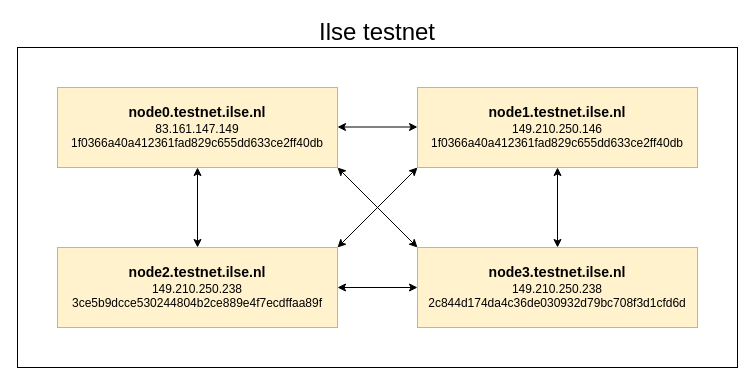
Earlier version of the draw.io diagram Untitled Diagram.drawio (ArjanBorst/ilseTestnet). Source tidied: cells renumbered, new cells numbered last; positions are measured from the earlier drawing's top-left corner, leaving out a move shared by most shapes. Both pictures are drawn from the tidied source at 100%, with x=0, y=0 at pixel (17, 17).
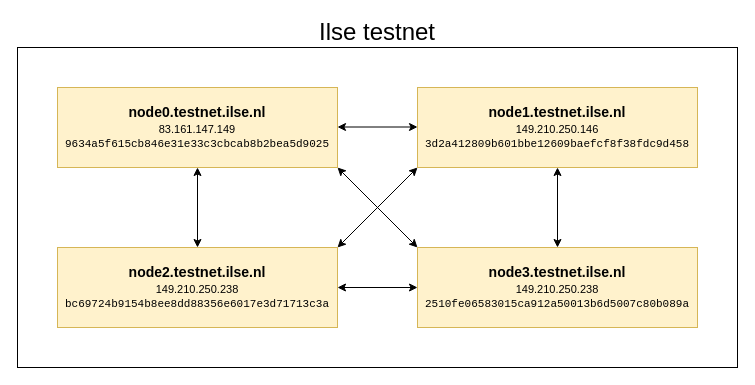
The same page after the edit.

The edit, as a diff of the source:
```diff
@@
 <mxGraphModel>
   <root>
     <mxCell id="0" />
     <mxCell id="1" parent="0" />
     <mxCell id="2" value="&lt;h1&gt;&lt;br&gt;&lt;/h1&gt;" style="rounded=0;whiteSpace=wrap;html=1;fontSize=14;align=center;" parent="1" vertex="1">
       <mxGeometry y="30" width="720" height="320" as="geometry" />
     </mxCell>
-    <mxCell id="3" value="&lt;b&gt;&lt;font style=&quot;font-size: 14px&quot;&gt;node0.&lt;/font&gt;&lt;/b&gt;&lt;span id=&quot;docs-internal-guid-7cc5f453-7fff-6f5f-665c-29763454acb6&quot;&gt;&lt;span style=&quot;font-size: 11pt ; font-family: &amp;#34;arial&amp;#34; ; background-color: transparent ; vertical-align: baseline&quot;&gt;&lt;b&gt;testnet.&lt;/b&gt;&lt;/span&gt;&lt;/span&gt;&lt;b&gt;&lt;font style=&quot;font-size: 14px&quot;&gt;ilse.nl&lt;/font&gt;&lt;/b&gt;&lt;br&gt;&lt;span&gt;83.161.147.149&lt;/span&gt;&lt;br&gt;&lt;span&gt;1f0366a40a412361fad829c655dd633ce2ff40db&lt;/span&gt;" style="rounded=0;whiteSpace=wrap;html=1;fillColor=#fff2cc;strokeColor=#d6b656;" parent="1" vertex="1">
+    <mxCell id="3" value="&lt;b&gt;&lt;font style=&quot;font-size: 14px&quot;&gt;node0.&lt;/font&gt;&lt;/b&gt;&lt;span id=&quot;docs-internal-guid-7cc5f453-7fff-6f5f-665c-29763454acb6&quot;&gt;&lt;span style=&quot;font-size: 11pt ; font-family: &amp;#34;arial&amp;#34; ; background-color: transparent ; vertical-align: baseline&quot;&gt;&lt;b&gt;testnet.&lt;/b&gt;&lt;/span&gt;&lt;/span&gt;&lt;b&gt;&lt;font style=&quot;font-size: 14px&quot;&gt;ilse.nl&lt;/font&gt;&lt;/b&gt;&lt;br&gt;&lt;font style=&quot;font-size: 11px&quot;&gt;&lt;span&gt;83.161.147.149&lt;/span&gt;&lt;br&gt;&lt;span id=&quot;docs-internal-guid-fe6f931d-7fff-6ca8-1d08-4247d1960b84&quot;&gt;&lt;span style=&quot;font-family: &amp;#34;courier new&amp;#34; ; background-color: transparent ; vertical-align: baseline&quot;&gt;&lt;font style=&quot;font-size: 11px&quot;&gt;9634a5f615cb846e31e33c3cbcab8b2bea5d9025&lt;/font&gt;&lt;/span&gt;&lt;/span&gt;&lt;/font&gt;" style="rounded=0;whiteSpace=wrap;html=1;fillColor=#fff2cc;strokeColor=#d6b656;" parent="1" vertex="1">
       <mxGeometry x="40" y="70" width="280" height="80" as="geometry" />
     </mxCell>
-    <mxCell id="4" value="&lt;b&gt;&lt;font style=&quot;font-size: 14px&quot;&gt;node1.&lt;/font&gt;&lt;/b&gt;&lt;b style=&quot;font-family: &amp;#34;arial&amp;#34; ; font-size: 14.6667px&quot;&gt;testnet.&lt;/b&gt;&lt;b&gt;&lt;font style=&quot;font-size: 14px&quot;&gt;ilse.nl&lt;/font&gt;&lt;/b&gt;&lt;br&gt;149.210.250.146&lt;br&gt;&lt;span&gt;1f0366a40a412361fad829c655dd633ce2ff40db&lt;/span&gt;" style="rounded=0;whiteSpace=wrap;html=1;fillColor=#fff2cc;strokeColor=#d6b656;" parent="1" vertex="1">
+    <mxCell id="4" value="&lt;b&gt;&lt;font style=&quot;font-size: 14px&quot;&gt;node1.&lt;/font&gt;&lt;/b&gt;&lt;b style=&quot;font-family: &amp;#34;arial&amp;#34; ; font-size: 14.6667px&quot;&gt;testnet.&lt;/b&gt;&lt;b&gt;&lt;font style=&quot;font-size: 14px&quot;&gt;ilse.nl&lt;/font&gt;&lt;/b&gt;&lt;br&gt;&lt;font style=&quot;font-size: 11px&quot;&gt;149.210.250.146&lt;br&gt;&lt;span id=&quot;docs-internal-guid-83af1ca5-7fff-adc0-2fd1-b84874401c5e&quot;&gt;&lt;span style=&quot;font-family: &amp;#34;courier new&amp;#34; ; background-color: transparent ; vertical-align: baseline&quot;&gt;3d2a412809b601bbe12609baefcf8f38fdc9d458&lt;/span&gt;&lt;/span&gt;&lt;/font&gt;" style="rounded=0;whiteSpace=wrap;html=1;fillColor=#fff2cc;strokeColor=#d6b656;" parent="1" vertex="1">
       <mxGeometry x="400" y="70" width="280" height="80" as="geometry" />
     </mxCell>
-    <mxCell id="5" value="&lt;b&gt;&lt;font style=&quot;font-size: 14px&quot;&gt;node2.&lt;/font&gt;&lt;/b&gt;&lt;b style=&quot;font-family: &amp;#34;arial&amp;#34; ; font-size: 14.6667px&quot;&gt;testnet&lt;/b&gt;&lt;b&gt;&lt;font style=&quot;font-size: 14px&quot;&gt;.ilse.nl&lt;/font&gt;&lt;/b&gt;&lt;br&gt;149.210.250.238&lt;br&gt;3ce5b9dcce530244804b2ce889e4f7ecdffaa89f" style="rounded=0;whiteSpace=wrap;html=1;fillColor=#fff2cc;strokeColor=#d6b656;" parent="1" vertex="1">
+    <mxCell id="5" value="&lt;b&gt;&lt;font style=&quot;font-size: 14px&quot;&gt;node2.&lt;/font&gt;&lt;/b&gt;&lt;b style=&quot;font-family: &amp;#34;arial&amp;#34; ; font-size: 14.6667px&quot;&gt;testnet&lt;/b&gt;&lt;b&gt;&lt;font style=&quot;font-size: 14px&quot;&gt;.ilse.nl&lt;/font&gt;&lt;/b&gt;&lt;br&gt;&lt;font style=&quot;font-size: 11px&quot;&gt;149.210.250.238&lt;br&gt;&lt;span id=&quot;docs-internal-guid-3ea0bbb4-7fff-bc41-cd83-5de8d7ea7d7f&quot;&gt;&lt;span style=&quot;font-family: &amp;#34;courier new&amp;#34; ; background-color: transparent ; vertical-align: baseline&quot;&gt;bc69724b9154b8ee8dd88356e6017e3d71713c3a&lt;/span&gt;&lt;/span&gt;&lt;/font&gt;" style="rounded=0;whiteSpace=wrap;html=1;fillColor=#fff2cc;strokeColor=#d6b656;" parent="1" vertex="1">
       <mxGeometry x="40" y="230" width="280" height="80" as="geometry" />
     </mxCell>
-    <mxCell id="6" value="&lt;b&gt;&lt;font style=&quot;font-size: 14px&quot;&gt;node3.&lt;/font&gt;&lt;/b&gt;&lt;b style=&quot;font-family: &amp;#34;arial&amp;#34; ; font-size: 14.6667px&quot;&gt;testnet&lt;/b&gt;&lt;b&gt;&lt;font style=&quot;font-size: 14px&quot;&gt;.ilse.nl&lt;/font&gt;&lt;/b&gt;&lt;br&gt;149.210.250.238&lt;br&gt;2c844d174da4c36de030932d79bc708f3d1cfd6d" style="rounded=0;whiteSpace=wrap;html=1;fillColor=#fff2cc;strokeColor=#d6b656;" parent="1" vertex="1">
+    <mxCell id="6" value="&lt;b&gt;&lt;font style=&quot;font-size: 14px&quot;&gt;node3.&lt;/font&gt;&lt;/b&gt;&lt;b style=&quot;font-family: &amp;#34;arial&amp;#34; ; font-size: 14.6667px&quot;&gt;testnet&lt;/b&gt;&lt;b&gt;&lt;font style=&quot;font-size: 14px&quot;&gt;.ilse.nl&lt;/font&gt;&lt;/b&gt;&lt;br&gt;&lt;font style=&quot;font-size: 11px&quot;&gt;149.210.250.238&lt;br&gt;&lt;span id=&quot;docs-internal-guid-3fdcc9ce-7fff-d0e9-f028-0e9515db7cc8&quot;&gt;&lt;span style=&quot;font-family: &amp;#34;courier new&amp;#34; ; background-color: transparent ; vertical-align: baseline&quot;&gt;2510fe06583015ca912a50013b6d5007c80b089a&lt;/span&gt;&lt;/span&gt;&lt;/font&gt;" style="rounded=0;whiteSpace=wrap;html=1;fillColor=#fff2cc;strokeColor=#d6b656;" parent="1" vertex="1">
       <mxGeometry x="400" y="230" width="280" height="80" as="geometry" />
     </mxCell>
     <mxCell id="7" style="endArrow=classic;startArrow=classic;html=1;rounded=0;fontSize=24;entryX=0.5;entryY=1;entryDx=0;entryDy=0;" parent="1" edge="1" source="5" target="3">
       <mxGeometry relative="1" as="geometry" />
     </mxCell>
     <mxCell id="8" style="endArrow=classic;startArrow=classic;html=1;rounded=0;fontSize=24;entryX=0;entryY=0.5;entryDx=0;entryDy=0;exitX=1;exitY=0.5;exitDx=0;exitDy=0;" parent="1" edge="1" source="5" target="6">
       <mxGeometry relative="1" as="geometry" />
     </mxCell>
     <mxCell id="9" style="endArrow=classic;startArrow=classic;html=1;rounded=0;fontSize=24;entryX=0;entryY=0.5;entryDx=0;entryDy=0;exitX=1;exitY=0.5;exitDx=0;exitDy=0;" parent="1" edge="1">
       <mxGeometry relative="1" as="geometry">
         <mxPoint x="320" y="109.5" as="sourcePoint" />
         <mxPoint x="400" y="109.5" as="targetPoint" />
       </mxGeometry>
     </mxCell>
     <mxCell id="10" style="endArrow=classic;startArrow=classic;html=1;rounded=0;fontSize=24;entryX=0.5;entryY=0;entryDx=0;entryDy=0;exitX=0.5;exitY=1;exitDx=0;exitDy=0;" parent="1" edge="1" source="4" target="6">
       <mxGeometry relative="1" as="geometry" />
     </mxCell>
     <mxCell id="11" style="endArrow=classic;startArrow=classic;html=1;rounded=0;fontSize=24;entryX=0;entryY=0;entryDx=0;entryDy=0;exitX=1;exitY=1;exitDx=0;exitDy=0;" parent="1" edge="1" source="3" target="6">
       <mxGeometry relative="1" as="geometry" />
     </mxCell>
     <mxCell id="12" style="endArrow=classic;startArrow=classic;html=1;rounded=0;fontSize=24;entryX=1;entryY=0;entryDx=0;entryDy=0;exitX=0;exitY=1;exitDx=0;exitDy=0;" parent="1" edge="1" source="4" target="5">
       <mxGeometry relative="1" as="geometry" />
     </mxCell>
     <mxCell id="13" value="Ilse testnet" style="text;html=1;strokeColor=none;fillColor=none;align=center;verticalAlign=middle;whiteSpace=wrap;rounded=0;fontSize=24;" parent="1" vertex="1">
       <mxGeometry x="280" width="160" height="30" as="geometry" />
     </mxCell>
   </root>
 </mxGraphModel>
```
